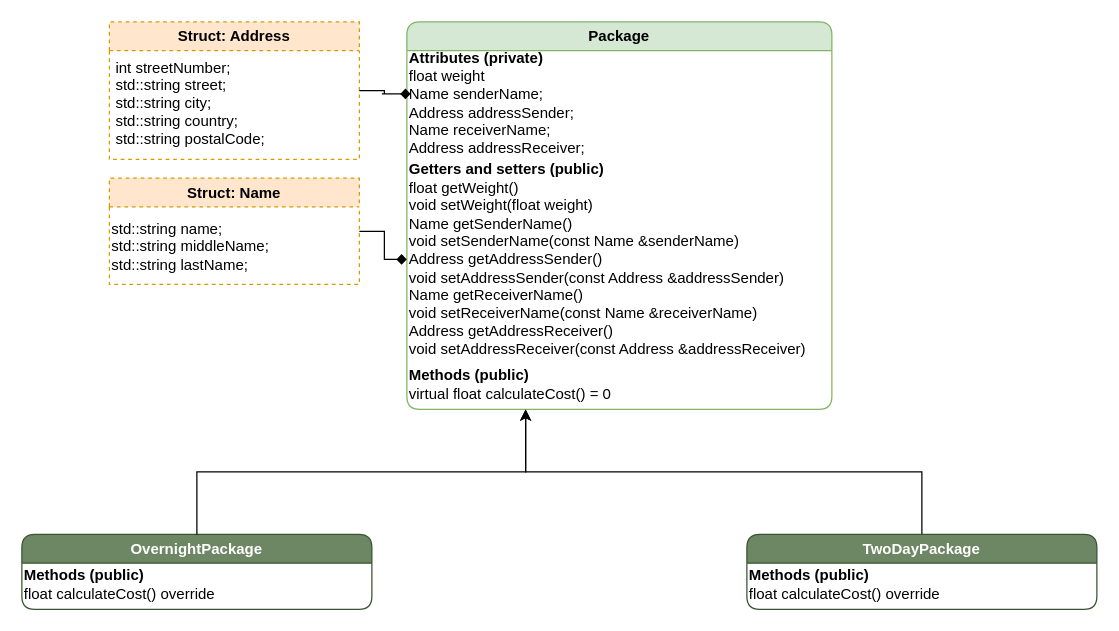
Before: 28-SDfR-Assignment4/Assignment1/images/UML_1.drawio in MiguelOteo/Software-Development, a draw.io diagram. Source tidied: cells renumbered, new cells numbered last; positions are measured from the earlier drawing's top-left corner, leaving out a move shared by most shapes. Both pictures are drawn from the tidied source at 125%, with x=0, y=0 at pixel (21, 21).
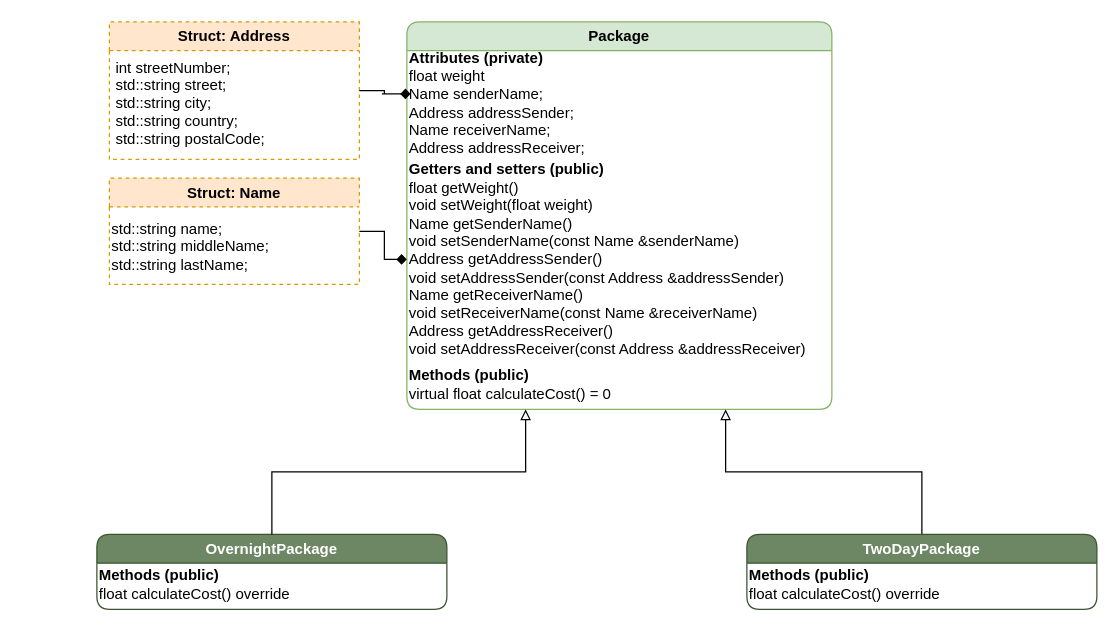
The same diagram, later.

Diff of the diagram source:
```diff
@@
 <mxGraphModel>
   <root>
     <mxCell id="0" />
     <mxCell id="1" parent="0" />
     <mxCell id="2" value="OvernightPackage" style="swimlane;whiteSpace=wrap;html=1;fillColor=#6d8764;fontColor=#ffffff;strokeColor=#3A5431;rounded=1;" parent="1" vertex="1">
-      <mxGeometry y="410" width="280" height="60" as="geometry" />
+      <mxGeometry x="60" y="410" width="280" height="60" as="geometry" />
     </mxCell>
     <mxCell id="3" value="&lt;b&gt;Methods (public)&lt;/b&gt;&lt;div&gt;float calculateCost() override&lt;br&gt;&lt;/div&gt;" style="text;html=1;align=left;verticalAlign=middle;strokeColor=none;fillColor=none;" parent="2" vertex="1">
       <mxGeometry y="20" width="180" height="40" as="geometry" />
     </mxCell>
     <mxCell id="4" value="Package" style="swimlane;whiteSpace=wrap;html=1;fillColor=#d5e8d4;strokeColor=#82b366;rounded=1;fillStyle=auto;swimlaneFillColor=default;" parent="1" vertex="1">
       <mxGeometry x="308" width="340" height="310" as="geometry" />
     </mxCell>
     <mxCell id="5" value="&lt;div&gt;&lt;b&gt;Attributes (private)&lt;/b&gt;&lt;/div&gt;float weight&amp;nbsp;&lt;div&gt;&lt;div&gt;Name senderName;&amp;nbsp; &amp;nbsp; &amp;nbsp; &amp;nbsp; &amp;nbsp;&amp;nbsp;&lt;/div&gt;&lt;div&gt;Address addressSender;&amp;nbsp; &amp;nbsp;&amp;nbsp;&lt;/div&gt;&lt;div&gt;Name receiverName;&amp;nbsp; &amp;nbsp; &amp;nbsp; &amp;nbsp;&amp;nbsp;&lt;/div&gt;&lt;div&gt;Address addressReceiver;&amp;nbsp;&amp;nbsp;&lt;/div&gt;&lt;/div&gt;" style="text;html=1;align=left;verticalAlign=middle;points=[];strokeColor=none;fillColor=none;" parent="4" vertex="1">
       <mxGeometry y="15" width="170" height="100" as="geometry" />
     </mxCell>
     <mxCell id="6" value="&lt;div&gt;&lt;b&gt;Getters and setters (public)&lt;/b&gt;&lt;/div&gt;&lt;div&gt;float getWeight()&lt;/div&gt;&lt;div&gt;&lt;div&gt;void setWeight(float weight)&lt;/div&gt;&lt;div&gt;Name getSenderName()&lt;br&gt;&lt;/div&gt;&lt;/div&gt;&lt;div&gt;void setSenderName(const Name &amp;amp;senderName)&lt;br&gt;&lt;/div&gt;&lt;div&gt;Address getAddressSender()&lt;br&gt;&lt;/div&gt;&lt;div&gt;void setAddressSender(const Address &amp;amp;addressSender)&lt;br&gt;&lt;/div&gt;&lt;div&gt;Name getReceiverName()&lt;br&gt;&lt;/div&gt;&lt;div&gt;void setReceiverName(const Name &amp;amp;receiverName)&lt;br&gt;&lt;/div&gt;&lt;div&gt;Address getAddressReceiver()&lt;br&gt;&lt;/div&gt;&lt;div&gt;void setAddressReceiver(const Address &amp;amp;addressReceiver)&lt;/div&gt;" style="text;html=1;align=left;verticalAlign=middle;points=[];strokeColor=none;fillColor=none;" parent="4" vertex="1">
       <mxGeometry y="105" width="340" height="170" as="geometry" />
     </mxCell>
     <mxCell id="7" value="&lt;b&gt;Methods (public)&lt;/b&gt;&lt;div&gt;virtual float calculateCost() = 0&lt;br&gt;&lt;/div&gt;" style="text;html=1;align=left;verticalAlign=middle;points=[];strokeColor=none;fillColor=none;" parent="4" vertex="1">
       <mxGeometry y="270" width="190" height="40" as="geometry" />
     </mxCell>
-    <mxCell id="8" style="edgeStyle=orthogonalEdgeStyle;rounded=0;jettySize=auto;html=1;exitX=0.5;exitY=0;exitDx=0;exitDy=0;" parent="1" edge="1" source="9" target="7">
-      <mxGeometry relative="1" as="geometry" />
-    </mxCell>
+    <mxCell id="18" style="edgeStyle=orthogonalEdgeStyle;rounded=0;jettySize=auto;html=1;entryX=0.75;entryY=1;entryDx=0;entryDy=0;endArrow=block;endFill=0;" parent="1" edge="1" source="9" target="4">
+      <mxGeometry relative="1" as="geometry" />
+    </mxCell>
     <mxCell id="9" value="TwoDayPackage" style="swimlane;whiteSpace=wrap;html=1;startSize=23;fillColor=#6d8764;fontColor=#ffffff;strokeColor=#3A5431;rounded=1;" parent="1" vertex="1">
       <mxGeometry x="580" y="410" width="280" height="60" as="geometry" />
     </mxCell>
     <mxCell id="10" value="&lt;b&gt;Methods (public)&lt;/b&gt;&lt;div&gt;float calculateCost() override&lt;br&gt;&lt;/div&gt;" style="text;html=1;align=left;verticalAlign=middle;" parent="9" vertex="1">
       <mxGeometry y="20" width="180" height="40" as="geometry" />
     </mxCell>
-    <mxCell id="11" style="edgeStyle=orthogonalEdgeStyle;rounded=0;jettySize=auto;html=1;exitX=0.5;exitY=0;exitDx=0;exitDy=0;" parent="1" edge="1" source="2" target="7">
+    <mxCell id="11" style="edgeStyle=orthogonalEdgeStyle;rounded=0;jettySize=auto;html=1;exitX=0.5;exitY=0;exitDx=0;exitDy=0;endArrow=block;endFill=0;" parent="1" edge="1" source="2" target="7">
       <mxGeometry relative="1" as="geometry" />
     </mxCell>
     <mxCell id="12" value="Struct: Address" style="swimlane;whiteSpace=wrap;html=1;fillColor=#ffe6cc;strokeColor=#d79b00;dashed=1;" parent="1" vertex="1">
       <mxGeometry x="70" width="200" height="110" as="geometry" />
     </mxCell>
     <mxCell id="13" value="&lt;div&gt;&amp;nbsp;int streetNumber;&lt;/div&gt;&lt;div&gt;&amp;nbsp;std::string street;&lt;/div&gt;&lt;div&gt;&amp;nbsp;std::string city;&lt;/div&gt;&lt;div&gt;&amp;nbsp;std::string country;&amp;nbsp;&lt;/div&gt;&lt;div&gt;&amp;nbsp;std::string postalCode;&lt;/div&gt;" style="text;html=1;align=left;verticalAlign=middle;strokeColor=none;fillColor=none;" parent="12" vertex="1">
       <mxGeometry y="20" width="150" height="90" as="geometry" />
     </mxCell>
     <mxCell id="14" style="edgeStyle=orthogonalEdgeStyle;rounded=0;jettySize=auto;html=1;exitX=1;exitY=0.5;exitDx=0;exitDy=0;endArrow=diamond;endFill=1;" parent="1" edge="1" source="15" target="6">
       <mxGeometry relative="1" as="geometry" />
     </mxCell>
     <mxCell id="15" value="Struct: Name" style="swimlane;whiteSpace=wrap;html=1;dashed=1;fillColor=#ffe6cc;strokeColor=#d79b00;" parent="1" vertex="1">
       <mxGeometry x="70" y="125" width="200" height="85" as="geometry" />
     </mxCell>
     <mxCell id="16" value="&lt;div&gt;std::string name;&lt;/div&gt;&lt;div&gt;std::string middleName;&lt;/div&gt;&lt;div&gt;std::string lastName;&lt;/div&gt;" style="text;html=1;align=left;verticalAlign=middle;strokeColor=none;fillColor=none;" parent="15" vertex="1">
       <mxGeometry y="25" width="150" height="60" as="geometry" />
     </mxCell>
     <mxCell id="17" style="edgeStyle=orthogonalEdgeStyle;rounded=0;jettySize=auto;html=1;entryX=0.018;entryY=0.426;entryDx=0;entryDy=0;entryPerimeter=0;endArrow=diamond;endFill=1;" parent="1" edge="1" source="12" target="5">
       <mxGeometry relative="1" as="geometry" />
     </mxCell>
   </root>
 </mxGraphModel>
```
